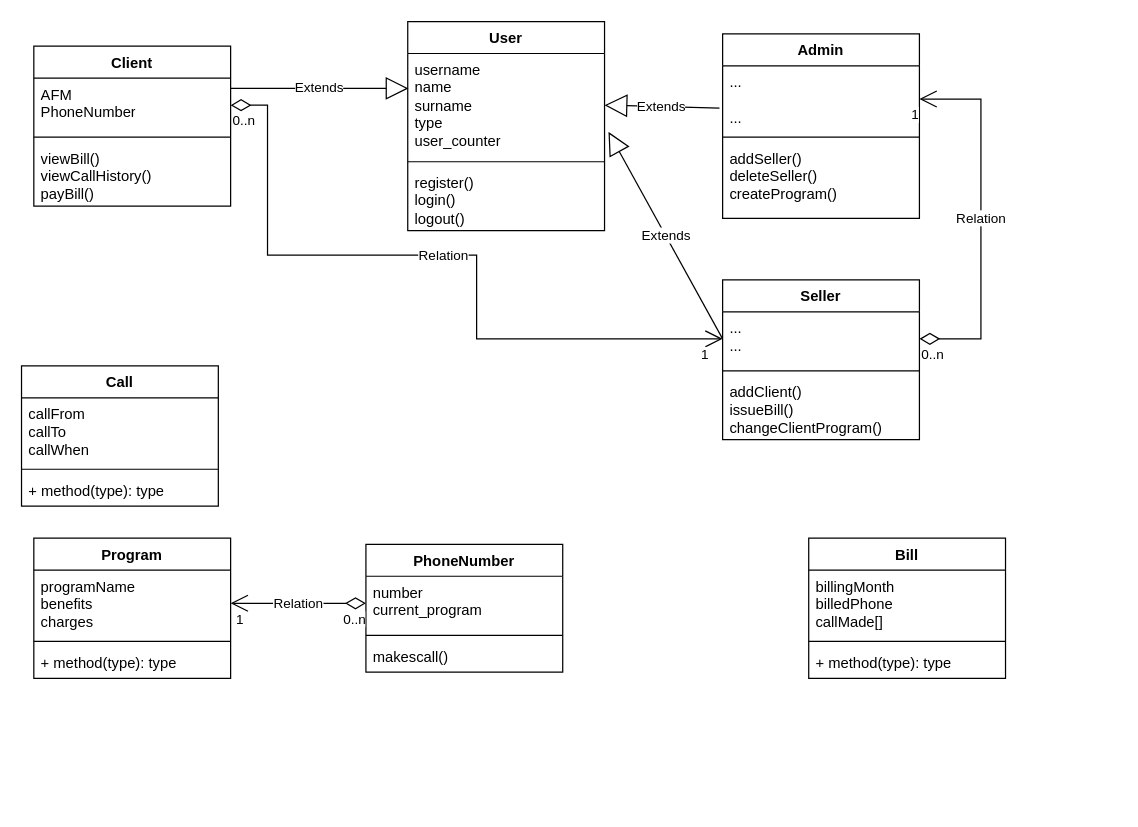
This is Diagram.drawio from dimitry-lzs/webProgramming, a draw.io file, before an edit. Source tidied: cells renumbered, new cells numbered last; positions are measured from the earlier drawing's top-left corner, leaving out a move shared by most shapes. Both pictures are drawn from the tidied source at 123%, with x=0, y=0 at pixel (21, 21).
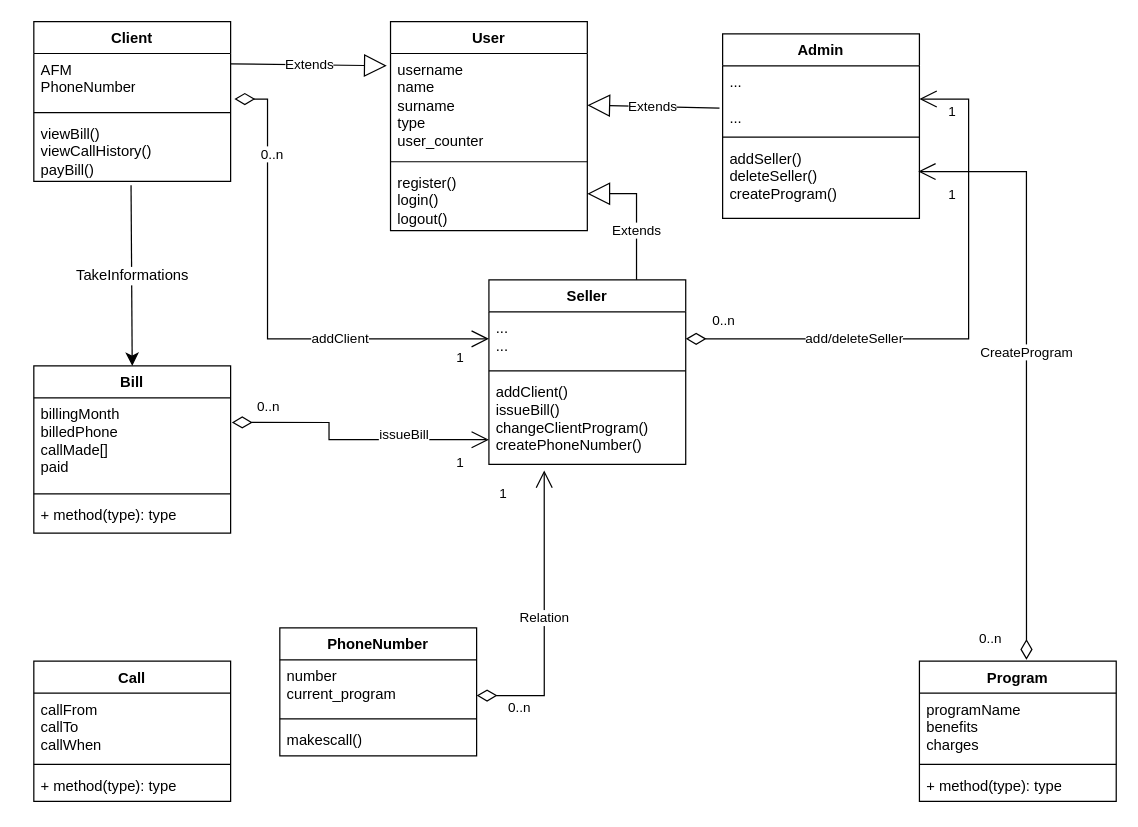
Above is the later version.

Unchanged cells that the change refers to:
```xml
<mxCell id="3" value="username&lt;div&gt;name&lt;/div&gt;&lt;div&gt;surname&lt;/div&gt;&lt;div&gt;type&lt;/div&gt;&lt;div&gt;user_counter&lt;/div&gt;" style="text;strokeColor=none;fillColor=none;align=left;verticalAlign=top;spacingLeft=4;spacingRight=4;overflow=hidden;points=[[0,0.5],[1,0.5]];portConstraint=eastwest;whiteSpace=wrap;html=1;" parent="2" vertex="1">
  <mxGeometry y="26" width="160" height="84" as="geometry" />
</mxCell>
<mxCell id="7" value="...&lt;div&gt;&lt;br&gt;&lt;/div&gt;&lt;div&gt;...&lt;/div&gt;" style="text;strokeColor=none;fillColor=none;align=left;verticalAlign=top;spacingLeft=4;spacingRight=4;overflow=hidden;points=[[0,0.5],[1,0.5]];portConstraint=eastwest;whiteSpace=wrap;html=1;" parent="6" vertex="1">
  <mxGeometry y="26" width="160" height="54" as="geometry" />
</mxCell>
<mxCell id="9" value="addSeller()&lt;div&gt;deleteSeller()&lt;/div&gt;&lt;div&gt;createProgram()&lt;/div&gt;" style="text;strokeColor=none;fillColor=none;align=left;verticalAlign=top;spacingLeft=4;spacingRight=4;overflow=hidden;points=[[0,0.5],[1,0.5]];portConstraint=eastwest;whiteSpace=wrap;html=1;" parent="6" vertex="1">
  <mxGeometry y="88" width="160" height="62" as="geometry" />
</mxCell>
<mxCell id="11" value="AFM&lt;div&gt;PhoneNumber&lt;/div&gt;&lt;div&gt;&lt;br&gt;&lt;/div&gt;" style="text;strokeColor=none;fillColor=none;align=left;verticalAlign=top;spacingLeft=4;spacingRight=4;overflow=hidden;points=[[0,0.5],[1,0.5]];portConstraint=eastwest;whiteSpace=wrap;html=1;" parent="10" vertex="1">
  <mxGeometry y="26" width="160" height="44" as="geometry" />
</mxCell>
<mxCell id="13" value="viewBill()&lt;div&gt;viewCallHistory()&lt;/div&gt;&lt;div&gt;payBill()&lt;/div&gt;" style="text;strokeColor=none;fillColor=none;align=left;verticalAlign=top;spacingLeft=4;spacingRight=4;overflow=hidden;points=[[0,0.5],[1,0.5]];portConstraint=eastwest;whiteSpace=wrap;html=1;" parent="10" vertex="1">
  <mxGeometry y="78" width="160" height="52" as="geometry" />
</mxCell>
<mxCell id="15" value="...&lt;div&gt;...&lt;/div&gt;" style="text;strokeColor=none;fillColor=none;align=left;verticalAlign=top;spacingLeft=4;spacingRight=4;overflow=hidden;points=[[0,0.5],[1,0.5]];portConstraint=eastwest;whiteSpace=wrap;html=1;" parent="14" vertex="1">
  <mxGeometry y="26" width="160" height="44" as="geometry" />
</mxCell>
<mxCell id="22" value="&lt;div&gt;number&lt;/div&gt;&lt;div&gt;current_program&lt;/div&gt;" style="text;strokeColor=none;fillColor=none;align=left;verticalAlign=top;spacingLeft=4;spacingRight=4;overflow=hidden;points=[[0,0.5],[1,0.5]];portConstraint=eastwest;whiteSpace=wrap;html=1;" parent="21" vertex="1">
  <mxGeometry y="26" width="160" height="44" as="geometry" />
</mxCell>
<mxCell id="26" value="programName&lt;div&gt;benefits&lt;/div&gt;&lt;div&gt;charges&lt;/div&gt;" style="text;strokeColor=none;fillColor=none;align=left;verticalAlign=top;spacingLeft=4;spacingRight=4;overflow=hidden;points=[[0,0.5],[1,0.5]];portConstraint=eastwest;whiteSpace=wrap;html=1;" parent="25" vertex="1">
  <mxGeometry y="26" width="160" height="54" as="geometry" />
</mxCell>
```

Change to the diagram source:
```diff
@@
     <mxCell id="2" value="User" style="swimlane;fontStyle=1;align=center;verticalAlign=top;horizontal=1;startSize=26;whiteSpace=wrap;html=1;" parent="1" vertex="1">
-      <mxGeometry x="314" width="160" height="170" as="geometry" />
+      <mxGeometry x="300" width="160" height="170" as="geometry" />
     </mxCell>
@@
     <mxCell id="10" value="Client" style="swimlane;fontStyle=1;align=center;verticalAlign=top;horizontal=1;startSize=26;whiteSpace=wrap;html=1;" parent="1" vertex="1">
-      <mxGeometry x="10" y="20" width="160" height="130" as="geometry" />
+      <mxGeometry x="10" width="160" height="130" as="geometry" />
     </mxCell>
@@
     <mxCell id="14" value="Seller" style="swimlane;fontStyle=1;align=center;verticalAlign=top;horizontal=1;startSize=26;whiteSpace=wrap;html=1;" parent="1" vertex="1">
-      <mxGeometry x="570" y="210" width="160" height="130" as="geometry" />
+      <mxGeometry x="380" y="210" width="160" height="150" as="geometry" />
     </mxCell>
@@
-    <mxCell id="17" value="addClient()&lt;div&gt;issueBill()&lt;/div&gt;&lt;div&gt;changeClientProgram()&lt;/div&gt;" style="text;strokeColor=none;fillColor=none;align=left;verticalAlign=top;spacingLeft=4;spacingRight=4;overflow=hidden;points=[[0,0.5],[1,0.5]];portConstraint=eastwest;whiteSpace=wrap;html=1;" parent="14" vertex="1">
-      <mxGeometry y="78" width="160" height="52" as="geometry" />
+    <mxCell id="17" value="addClient()&lt;div&gt;issueBill()&lt;/div&gt;&lt;div&gt;changeClientProgram()&lt;br&gt;createPhoneNumber()&lt;/div&gt;&lt;div&gt;&lt;br&gt;&lt;/div&gt;" style="text;strokeColor=none;fillColor=none;align=left;verticalAlign=top;spacingLeft=4;spacingRight=4;overflow=hidden;points=[[0,0.5],[1,0.5]];portConstraint=eastwest;whiteSpace=wrap;html=1;" parent="14" vertex="1">
+      <mxGeometry y="78" width="160" height="72" as="geometry" />
     </mxCell>
-    <mxCell id="18" value="Extends" style="endArrow=block;endSize=16;endFill=0;html=1;rounded=0;exitX=0.999;exitY=0.19;exitDx=0;exitDy=0;exitPerimeter=0;entryX=0.004;entryY=0.338;entryDx=0;entryDy=0;entryPerimeter=0;" parent="1" edge="1" source="11" target="3">
+    <mxCell id="18" value="Extends" style="endArrow=block;endSize=16;endFill=0;html=1;rounded=0;exitX=0.999;exitY=0.19;exitDx=0;exitDy=0;exitPerimeter=0;entryX=-0.019;entryY=0.119;entryDx=0;entryDy=0;entryPerimeter=0;" parent="1" edge="1" source="11" target="3">
       <mxGeometry relative="1" as="geometry" />
     </mxCell>
-    <mxCell id="19" value="Extends" style="endArrow=block;endSize=16;endFill=0;html=1;rounded=0;exitX=0;exitY=0.5;exitDx=0;exitDy=0;entryX=1.02;entryY=0.759;entryDx=0;entryDy=0;entryPerimeter=0;" parent="1" edge="1" source="15" target="3">
-      <mxGeometry relative="1" as="geometry" />
+    <mxCell id="19" value="Extends" style="endArrow=block;endSize=16;endFill=0;html=1;rounded=0;exitX=0.75;exitY=0;exitDx=0;exitDy=0;" parent="1" edge="1" source="14">
+      <mxGeometry x="-0.27" relative="1" as="geometry">
+        <mxPoint x="460" y="140" as="targetPoint" />
+        <Array as="points">
+          <mxPoint x="500" y="140" />
+        </Array>
+      </mxGeometry>
     </mxCell>
@@
     <mxCell id="21" value="PhoneNumber" style="swimlane;fontStyle=1;align=center;verticalAlign=top;horizontal=1;startSize=26;whiteSpace=wrap;html=1;" parent="1" vertex="1">
-      <mxGeometry x="280" y="425" width="160" height="104" as="geometry" />
+      <mxGeometry x="210" y="493" width="160" height="104" as="geometry" />
     </mxCell>
@@
     <mxCell id="25" value="Program" style="swimlane;fontStyle=1;align=center;verticalAlign=top;horizontal=1;startSize=26;whiteSpace=wrap;html=1;" parent="1" vertex="1">
-      <mxGeometry x="10" y="420" width="160" height="114" as="geometry" />
+      <mxGeometry x="730" y="520" width="160" height="114" as="geometry" />
     </mxCell>
@@
     <mxCell id="29" value="Call" style="swimlane;fontStyle=1;align=center;verticalAlign=top;horizontal=1;startSize=26;whiteSpace=wrap;html=1;" parent="1" vertex="1">
-      <mxGeometry y="280" width="160" height="114" as="geometry" />
+      <mxGeometry x="10" y="520" width="160" height="114" as="geometry" />
     </mxCell>
@@
     <mxCell id="33" value="Bill" style="swimlane;fontStyle=1;align=center;verticalAlign=top;horizontal=1;startSize=26;whiteSpace=wrap;html=1;" parent="1" vertex="1">
-      <mxGeometry x="640" y="420" width="160" height="114" as="geometry" />
+      <mxGeometry x="10" y="280" width="160" height="136" as="geometry" />
     </mxCell>
-    <mxCell id="34" value="billingMonth&lt;div&gt;billedPhone&lt;/div&gt;&lt;div&gt;callMade[]&lt;/div&gt;" style="text;strokeColor=none;fillColor=none;align=left;verticalAlign=top;spacingLeft=4;spacingRight=4;overflow=hidden;points=[[0,0.5],[1,0.5]];portConstraint=eastwest;whiteSpace=wrap;html=1;" parent="33" vertex="1">
-      <mxGeometry y="26" width="160" height="54" as="geometry" />
+    <mxCell id="34" value="billingMonth&lt;div&gt;billedPhone&lt;/div&gt;&lt;div&gt;callMade[]&lt;/div&gt;&lt;div&gt;paid&lt;/div&gt;" style="text;strokeColor=none;fillColor=none;align=left;verticalAlign=top;spacingLeft=4;spacingRight=4;overflow=hidden;points=[[0,0.5],[1,0.5]];portConstraint=eastwest;whiteSpace=wrap;html=1;" parent="33" vertex="1">
+      <mxGeometry y="26" width="160" height="74" as="geometry" />
     </mxCell>
     <mxCell id="35" style="line;strokeWidth=1;fillColor=none;align=left;verticalAlign=middle;spacingTop=-1;spacingLeft=3;spacingRight=3;labelPosition=right;strokeColor=inherit;" parent="33" vertex="1">
-      <mxGeometry y="80" width="160" height="8" as="geometry" />
+      <mxGeometry y="100" width="160" height="8" as="geometry" />
     </mxCell>
     <mxCell id="36" value="+ method(type): type" style="text;strokeColor=none;fillColor=none;align=left;verticalAlign=top;spacingLeft=4;spacingRight=4;overflow=hidden;whiteSpace=wrap;html=1;" parent="33" vertex="1">
-      <mxGeometry y="88" width="160" height="26" as="geometry" />
+      <mxGeometry y="108" width="160" height="28" as="geometry" />
     </mxCell>
-    <mxCell id="37" value="Relation" style="endArrow=open;html=1;endSize=12;startArrow=diamondThin;startSize=14;startFill=0;edgeStyle=orthogonalEdgeStyle;rounded=0;exitX=1;exitY=0.5;exitDx=0;exitDy=0;entryX=1;entryY=0.5;entryDx=0;entryDy=0;" parent="1" edge="1" source="15" target="7">
-      <mxGeometry relative="1" as="geometry">
+    <mxCell id="37" value="add/deleteSeller" style="endArrow=open;html=1;endSize=12;startArrow=diamondThin;startSize=14;startFill=0;edgeStyle=orthogonalEdgeStyle;rounded=0;exitX=1;exitY=0.5;exitDx=0;exitDy=0;entryX=1;entryY=0.5;entryDx=0;entryDy=0;" parent="1" edge="1" source="15" target="7">
+      <mxGeometry x="-0.41" relative="1" as="geometry">
         <Array as="points">
-          <mxPoint x="780" y="258" />
-          <mxPoint x="780" y="63" />
+          <mxPoint x="770" y="258" />
+          <mxPoint x="770" y="63" />
         </Array>
       </mxGeometry>
     </mxCell>
     <mxCell id="38" value="0..n" style="edgeLabel;html=1;align=left;verticalAlign=top;" parent="37" vertex="1">
-      <mxGeometry x="-1" relative="1" as="geometry" />
+      <mxGeometry x="-1" relative="1" as="geometry">
+        <mxPoint x="20" y="-28" as="offset" />
+      </mxGeometry>
     </mxCell>
     <mxCell id="39" value="1" style="edgeLabel;html=1;align=right;verticalAlign=top;" parent="37" vertex="1">
-      <mxGeometry x="1" relative="1" as="geometry" />
+      <mxGeometry x="1" relative="1" as="geometry">
+        <mxPoint x="30" y="-3" as="offset" />
+      </mxGeometry>
     </mxCell>
-    <mxCell id="40" value="Relation" style="endArrow=open;html=1;endSize=12;startArrow=diamondThin;startSize=14;startFill=0;edgeStyle=orthogonalEdgeStyle;rounded=0;exitX=1;exitY=0.5;exitDx=0;exitDy=0;entryX=0;entryY=0.5;entryDx=0;entryDy=0;" parent="1" edge="1" source="11" target="15">
-      <mxGeometry relative="1" as="geometry">
+    <mxCell id="40" value="addClient" style="endArrow=open;html=1;endSize=12;startArrow=diamondThin;startSize=14;startFill=0;edgeStyle=orthogonalEdgeStyle;rounded=0;entryX=0;entryY=0.5;entryDx=0;entryDy=0;exitX=1.019;exitY=0.841;exitDx=0;exitDy=0;exitPerimeter=0;" parent="1" edge="1" source="11" target="15">
+      <mxGeometry x="0.4" relative="1" as="geometry">
         <Array as="points">
-          <mxPoint x="200" y="68" />
-          <mxPoint x="200" y="190" />
-          <mxPoint x="370" y="190" />
-          <mxPoint x="370" y="258" />
+          <mxPoint x="200" y="63" />
+          <mxPoint x="200" y="258" />
         </Array>
       </mxGeometry>
     </mxCell>
     <mxCell id="41" value="0..n" style="edgeLabel;html=1;align=left;verticalAlign=top;" parent="40" vertex="1">
-      <mxGeometry x="-1" relative="1" as="geometry" />
+      <mxGeometry x="-1" relative="1" as="geometry">
+        <mxPoint x="20" y="32" as="offset" />
+      </mxGeometry>
     </mxCell>
     <mxCell id="42" value="1" style="edgeLabel;html=1;align=right;verticalAlign=top;" parent="40" vertex="1">
       <mxGeometry x="1" relative="1" as="geometry">
-        <mxPoint x="-11" as="offset" />
+        <mxPoint x="-20" y="2" as="offset" />
       </mxGeometry>
     </mxCell>
-    <mxCell id="43" value="Relation" style="endArrow=open;html=1;endSize=12;startArrow=diamondThin;startSize=14;startFill=0;edgeStyle=orthogonalEdgeStyle;rounded=0;exitX=0;exitY=0.5;exitDx=0;exitDy=0;entryX=1;entryY=0.5;entryDx=0;entryDy=0;" parent="1" edge="1" source="22" target="26">
-      <mxGeometry relative="1" as="geometry" />
+    <mxCell id="43" value="Relation" style="endArrow=open;html=1;endSize=12;startArrow=diamondThin;startSize=14;startFill=0;edgeStyle=orthogonalEdgeStyle;rounded=0;exitX=1;exitY=0.659;exitDx=0;exitDy=0;entryX=0.281;entryY=1.069;entryDx=0;entryDy=0;exitPerimeter=0;entryPerimeter=0;" parent="1" edge="1" source="22" target="17">
+      <mxGeometry x="-0.01" relative="1" as="geometry">
+        <Array as="points">
+          <mxPoint x="425" y="548" />
+        </Array>
+      </mxGeometry>
     </mxCell>
     <mxCell id="44" value="0..n" style="edgeLabel;html=1;align=left;verticalAlign=top;" parent="43" vertex="1">
       <mxGeometry x="-1" relative="1" as="geometry">
-        <mxPoint x="-20" as="offset" />
+        <mxPoint x="24" y="-3" as="offset" />
       </mxGeometry>
     </mxCell>
     <mxCell id="45" value="1" style="edgeLabel;html=1;align=right;verticalAlign=top;" parent="43" vertex="1">
       <mxGeometry x="1" relative="1" as="geometry">
-        <mxPoint x="11" as="offset" />
+        <mxPoint x="-30" y="6" as="offset" />
       </mxGeometry>
     </mxCell>
+    <mxCell id="46" value="issueBill" style="endArrow=open;html=1;endSize=12;startArrow=diamondThin;startSize=14;startFill=0;edgeStyle=orthogonalEdgeStyle;rounded=0;exitX=1.006;exitY=0.27;exitDx=0;exitDy=0;exitPerimeter=0;entryX=0;entryY=0.722;entryDx=0;entryDy=0;entryPerimeter=0;" parent="1" edge="1" source="34" target="17">
+      <mxGeometry x="0.38" y="4" relative="1" as="geometry">
+        <Array as="points">
+          <mxPoint x="250" y="326" />
+          <mxPoint x="250" y="340" />
+        </Array>
+      </mxGeometry>
+    </mxCell>
+    <mxCell id="47" value="0..n" style="edgeLabel;html=1;align=left;verticalAlign=top;" parent="46" vertex="1">
+      <mxGeometry x="-1" relative="1" as="geometry">
+        <mxPoint x="19" y="-26" as="offset" />
+      </mxGeometry>
+    </mxCell>
+    <mxCell id="48" value="1" style="edgeLabel;html=1;align=right;verticalAlign=top;" parent="46" vertex="1">
+      <mxGeometry x="1" relative="1" as="geometry">
+        <mxPoint x="-20" y="6" as="offset" />
+      </mxGeometry>
+    </mxCell>
+    <mxCell id="49" value="CreateProgram" style="endArrow=open;html=1;endSize=12;startArrow=diamondThin;startSize=14;startFill=0;edgeStyle=orthogonalEdgeStyle;rounded=0;exitX=0.544;exitY=-0.009;exitDx=0;exitDy=0;exitPerimeter=0;entryX=0.994;entryY=0.387;entryDx=0;entryDy=0;entryPerimeter=0;" parent="1" edge="1" source="25" target="9">
+      <mxGeometry x="0.03" relative="1" as="geometry">
+        <Array as="points">
+          <mxPoint x="817" y="122" />
+        </Array>
+      </mxGeometry>
+    </mxCell>
+    <mxCell id="50" value="0..n" style="edgeLabel;html=1;align=left;verticalAlign=top;" parent="49" vertex="1">
+      <mxGeometry x="-1" relative="1" as="geometry">
+        <mxPoint x="-40" y="-30" as="offset" />
+      </mxGeometry>
+    </mxCell>
+    <mxCell id="51" value="1" style="edgeLabel;html=1;align=right;verticalAlign=top;" parent="49" vertex="1">
+      <mxGeometry x="1" relative="1" as="geometry">
+        <mxPoint x="31" y="6" as="offset" />
+      </mxGeometry>
+    </mxCell>
+    <mxCell id="52" style="endArrow=classic;html=1;rounded=0;fontSize=12;startSize=8;endSize=8;curved=1;exitX=0.494;exitY=1.058;exitDx=0;exitDy=0;exitPerimeter=0;entryX=0.5;entryY=0;entryDx=0;entryDy=0;" parent="1" edge="1" source="13" target="33">
+      <mxGeometry relative="1" as="geometry" />
+    </mxCell>
+    <mxCell id="53" value="TakeInformations" style="edgeLabel;html=1;fontSize=12;align=center;verticalAlign=middle;" parent="52" vertex="1">
+      <mxGeometry relative="1" as="geometry" />
+    </mxCell>
```
